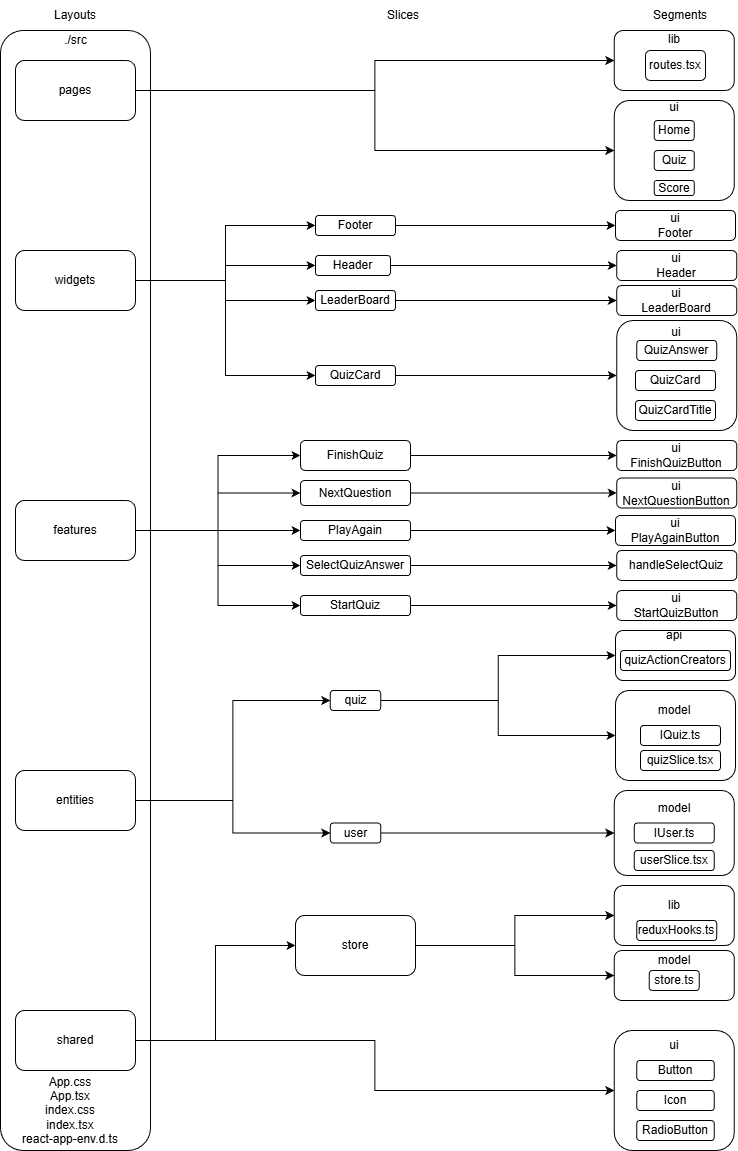
Earlier version of the draw.io export Application-architecture.png (ephadeev/365Scores-Quiz). Source tidied: cells renumbered, new cells last; positions are measured from the earlier drawing's top-left corner, leaving out a move shared by most shapes.
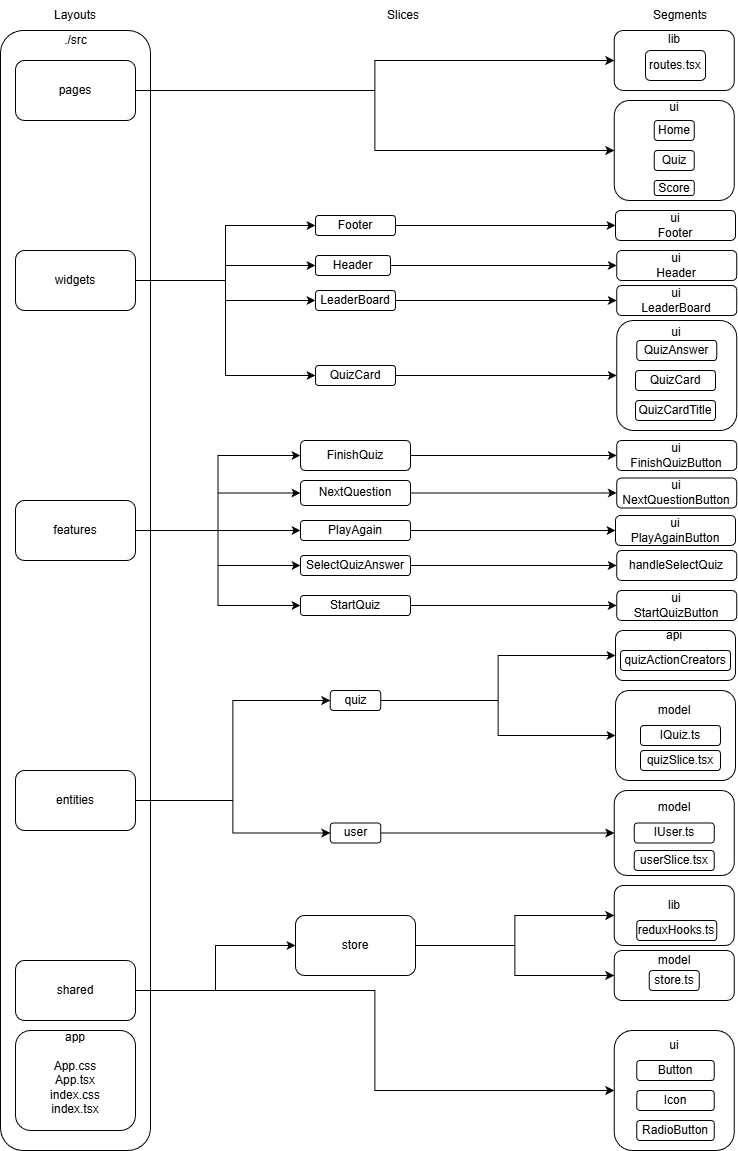
Above is the later version.

Commit message:
fixed Application-architecture scheme according to changes in project

Change to the diagram source:
```diff
@@ -24,7 +24,7 @@
       <mxGeometry relative="1" as="geometry" />
     </mxCell>
     <mxCell id="9" value="shared" style="rounded=1;whiteSpace=wrap;html=1;" parent="1" vertex="1">
-      <mxGeometry x="15" y="1010" width="120" height="60" as="geometry" />
+      <mxGeometry x="15" y="960" width="120" height="60" as="geometry" />
     </mxCell>
     <mxCell id="10" style="edgeStyle=orthogonalEdgeStyle;rounded=0;jettySize=auto;html=1;entryX=0;entryY=0.5;entryDx=0;entryDy=0;" parent="1" edge="1" source="14" target="28">
       <mxGeometry relative="1" as="geometry" />
@@ -209,9 +209,6 @@
     <mxCell id="70" value="QuizCard" style="rounded=1;whiteSpace=wrap;html=1;" parent="1" vertex="1">
       <mxGeometry x="315" y="365" width="80" height="20" as="geometry" />
     </mxCell>
-    <mxCell id="71" value="App.css&lt;div&gt;App.tsx&lt;/div&gt;&lt;div&gt;index.css&lt;/div&gt;&lt;div&gt;index.tsx&lt;/div&gt;&lt;div&gt;react-app-env.d.ts&lt;/div&gt;" style="text;html=1;whiteSpace=wrap;strokeColor=none;fillColor=none;align=center;verticalAlign=middle;rounded=0;" parent="1" vertex="1">
-      <mxGeometry x="15" y="1070" width="110" height="80" as="geometry" />
-    </mxCell>
     <mxCell id="72" style="edgeStyle=orthogonalEdgeStyle;rounded=0;jettySize=auto;html=1;entryX=0;entryY=0.5;entryDx=0;entryDy=0;" parent="1" edge="1" source="73" target="74">
       <mxGeometry relative="1" as="geometry" />
     </mxCell>
@@ -278,5 +275,8 @@
     <mxCell id="93" value="QuizCardTitle" style="rounded=1;whiteSpace=wrap;html=1;" parent="1" vertex="1">
       <mxGeometry x="635" y="400" width="80" height="20" as="geometry" />
     </mxCell>
+    <mxCell id="94" value="app&lt;div&gt;&lt;br&gt;&lt;div&gt;&lt;div&gt;App.css&lt;div&gt;App.tsx&lt;/div&gt;&lt;div&gt;index.css&lt;/div&gt;&lt;div&gt;index.tsx&lt;/div&gt;&lt;/div&gt;&lt;div&gt;&lt;br&gt;&lt;/div&gt;&lt;/div&gt;&lt;/div&gt;" style="rounded=1;whiteSpace=wrap;html=1;" parent="1" vertex="1">
+      <mxGeometry x="15" y="1030" width="120" height="100" as="geometry" />
+    </mxCell>
   </root>
 </mxGraphModel>
```
